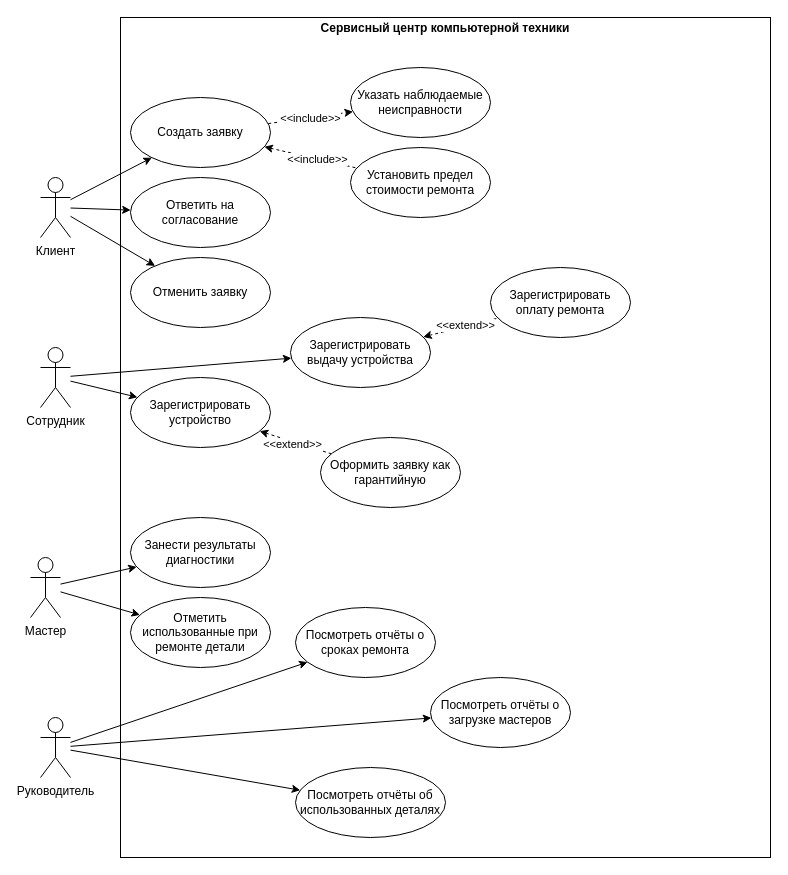
PotapovB/potapov_trpo_uml1 keeps this draw.io diagram as trpo_uml1.drawio. Above is the earlier version. Source tidied: cells renumbered, new cells numbered last; positions are measured from the earlier drawing's top-left corner, leaving out a move shared by most shapes. Both pictures are drawn from the tidied source at 100%, with x=0, y=0 at pixel (30, 17).
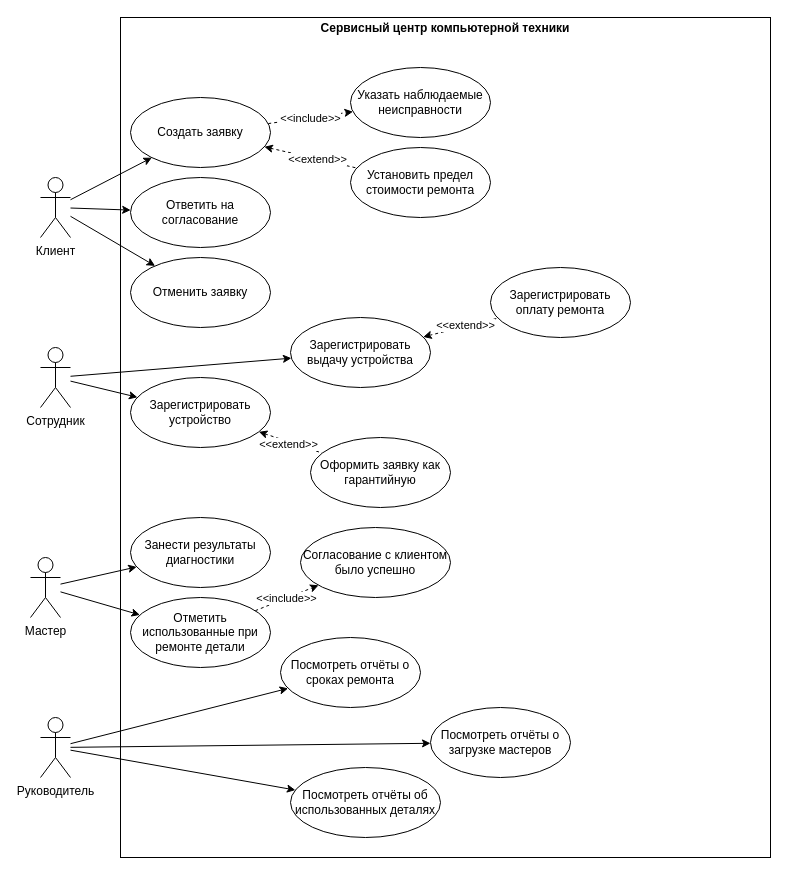
The same diagram, later.

Unchanged cells that the change refers to:
```xml
<mxCell id="6" style="rounded=0;jettySize=auto;html=1;dashed=1;startArrow=classic;startFill=1;endArrow=none;endFill=0;" parent="1" edge="1" source="8" target="37">
  <mxGeometry relative="1" as="geometry" />
</mxCell>
<mxCell id="30" value="Отметить использованные при ремонте детали" style="ellipse;whiteSpace=wrap;html=1;" parent="1" vertex="1">
  <mxGeometry x="100" y="580" width="140" height="70" as="geometry" />
</mxCell>
```

Change to the diagram source:
```diff
@@
-    <mxCell id="7" value="&amp;lt;&amp;lt;include&amp;gt;&amp;gt;" style="edgeLabel;html=1;align=center;verticalAlign=middle;" parent="6" vertex="1">
+    <mxCell id="7" value="&amp;lt;&amp;lt;&lt;span style=&quot;background-color: light-dark(#ffffff, var(--ge-dark-color, #121212)); color: light-dark(rgb(0, 0, 0), rgb(255, 255, 255));&quot;&gt;extend&amp;gt;&amp;gt;&lt;/span&gt;" style="edgeLabel;html=1;align=center;verticalAlign=middle;" parent="6" vertex="1">
       <mxGeometry x="0.14" relative="1" as="geometry" />
     </mxCell>
@@
     <mxCell id="27" value="Посмотреть отчёты о сроках ремонта" style="ellipse;whiteSpace=wrap;html=1;" parent="1" vertex="1">
-      <mxGeometry x="265" y="590" width="140" height="70" as="geometry" />
+      <mxGeometry x="250" y="620" width="140" height="70" as="geometry" />
     </mxCell>
     <mxCell id="28" value="Посмотреть отчёты о загрузке мастеров" style="ellipse;whiteSpace=wrap;html=1;" parent="1" vertex="1">
-      <mxGeometry x="400" y="660" width="140" height="70" as="geometry" />
+      <mxGeometry x="400" y="690" width="140" height="70" as="geometry" />
     </mxCell>
     <mxCell id="29" value="Посмотреть отчёты об использованных деталях" style="ellipse;whiteSpace=wrap;html=1;" parent="1" vertex="1">
-      <mxGeometry x="265" y="750" width="150" height="70" as="geometry" />
+      <mxGeometry x="260" y="750" width="150" height="70" as="geometry" />
     </mxCell>
+    <mxCell id="39" value="&amp;lt;&amp;lt;include&amp;gt;&amp;gt;" style="rounded=0;jettySize=auto;html=1;dashed=1;" parent="1" edge="1" source="30" target="40">
+      <mxGeometry relative="1" as="geometry" />
+    </mxCell>
@@
     <mxCell id="33" value="Оформить заявку как гарантийную" style="ellipse;whiteSpace=wrap;html=1;" parent="1" vertex="1">
-      <mxGeometry x="290" y="420" width="140" height="70" as="geometry" />
+      <mxGeometry x="280" y="420" width="140" height="70" as="geometry" />
     </mxCell>
@@
+    <mxCell id="40" value="Согласование с клиентом было успешно" style="ellipse;whiteSpace=wrap;html=1;" parent="1" vertex="1">
+      <mxGeometry x="270" y="510" width="150" height="70" as="geometry" />
+    </mxCell>
```
